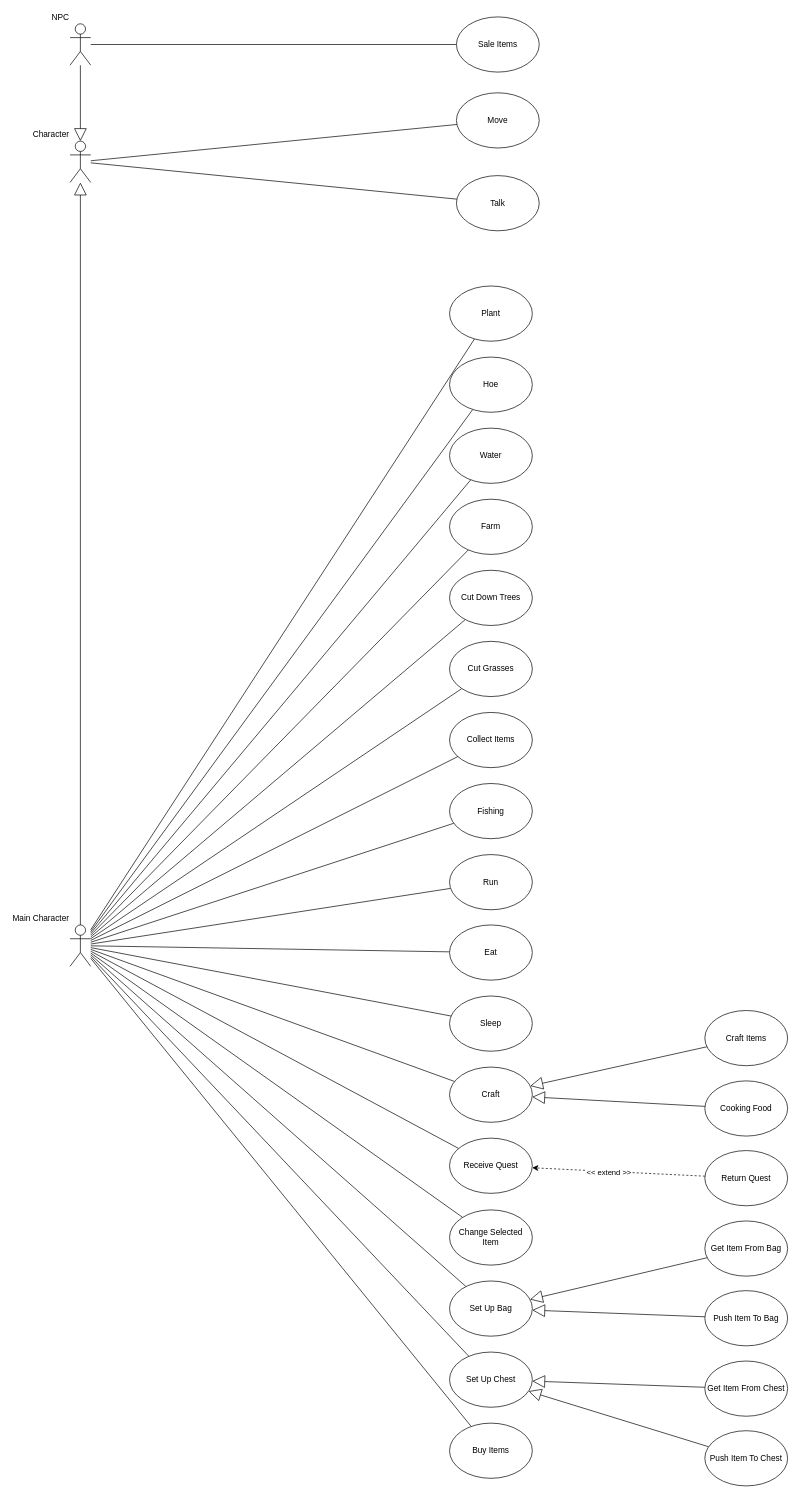
Above: page "Main_Character_Use_cases" (2 of 4) of Document/Diagrams/sunny_field_use_cases.drawio in linhh563/sunny-fields (draw.io), before the change. Source tidied: cells renumbered, new cells numbered last; positions are measured from the earlier drawing's top-left corner, leaving out a move shared by most shapes. Both pictures are drawn from the tidied source at 69%, with x=0, y=0 at pixel (70, 17).
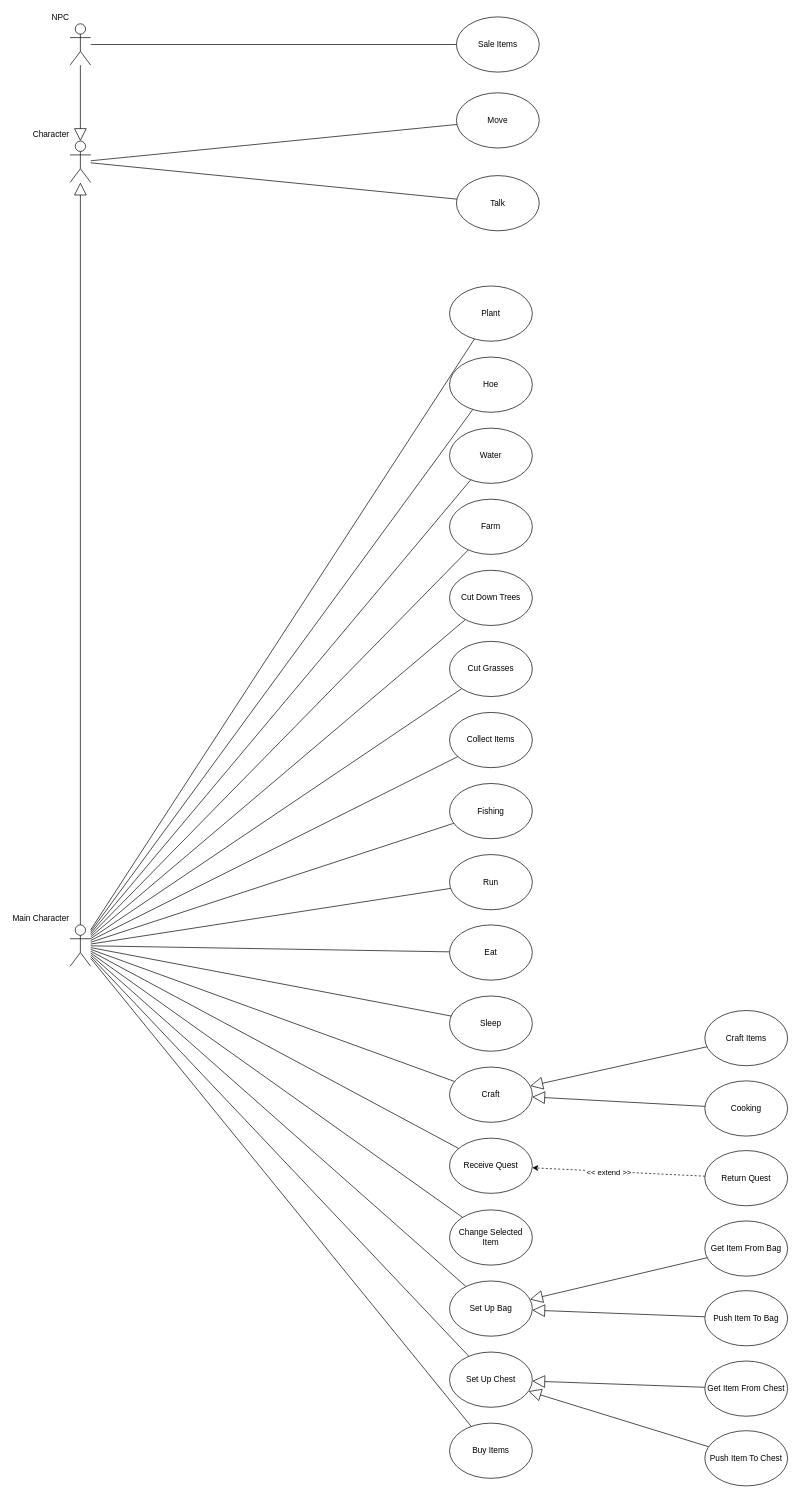
After the change.

What changed in the source:
```diff
@@
-    <mxCell id="40" value="Cooking Food" style="ellipse;whiteSpace=wrap;html=1;" parent="1" vertex="1">
+    <mxCell id="40" value="Cooking" style="ellipse;whiteSpace=wrap;html=1;" parent="1" vertex="1">
       <mxGeometry x="920" y="1542" width="120" height="80" as="geometry" />
     </mxCell>
```
